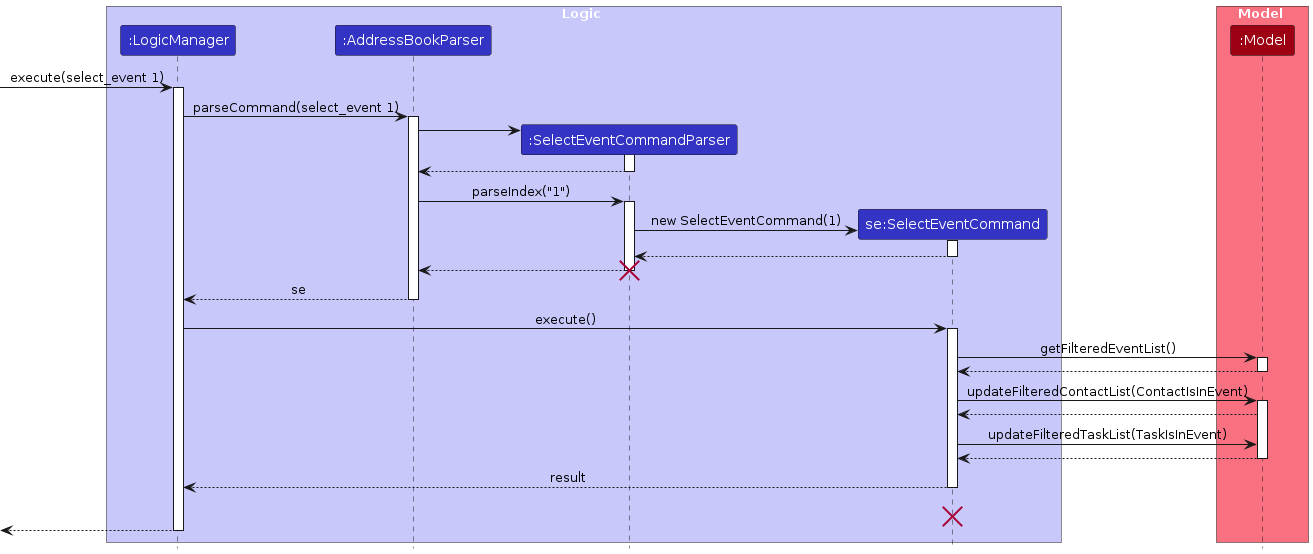
Above: diagrams/SelectEventSequenceDiagram.png in AY2324S1-CS2103T-T09-1/tp (PlantUML), before the change. Its source is kept beside it as diagrams/SelectEventSequenceDiagram.puml. Its diagram source:
```plantuml
@startuml
!include style.puml
skinparam ArrowFontStyle plain

box Logic LOGIC_COLOR_T1
participant ":LogicManager" as LogicManager LOGIC_COLOR
participant ":AddressBookParser" as AddressBookParser LOGIC_COLOR
participant ":SelectEventCommandParser" as SelectEventCommandParser LOGIC_COLOR
participant "se:SelectEventCommand" as SelectEventCommand LOGIC_COLOR
end box

box Model MODEL_COLOR_T1
participant ":Model" as Model MODEL_COLOR
end box
[-> LogicManager : execute(select_event 1)
activate LogicManager

LogicManager -> AddressBookParser : parseCommand(select_event 1)
activate AddressBookParser

create SelectEventCommandParser
AddressBookParser -> SelectEventCommandParser
activate SelectEventCommandParser

SelectEventCommandParser --> AddressBookParser
deactivate SelectEventCommandParser

AddressBookParser -> SelectEventCommandParser : parseIndex("1")
activate SelectEventCommandParser

create SelectEventCommand
SelectEventCommandParser -> SelectEventCommand : new SelectEventCommand(1)
activate SelectEventCommand

SelectEventCommand --> SelectEventCommandParser
deactivate SelectEventCommand

SelectEventCommandParser --> AddressBookParser
deactivate SelectEventCommandParser
destroy SelectEventCommandParser

AddressBookParser --> LogicManager : se
deactivate AddressBookParser

LogicManager -> SelectEventCommand : execute()
activate SelectEventCommand

SelectEventCommand -> Model : getFilteredEventList()
activate Model

Model --> SelectEventCommand
deactivate Model

SelectEventCommand -> Model : updateFilteredContactList(ContactIsInEvent)
activate Model

Model --> SelectEventCommand

SelectEventCommand -> Model: updateFilteredTaskList(TaskIsInEvent)


Model --> SelectEventCommand
deactivate Model

SelectEventCommand --> LogicManager : result
deactivate SelectEventCommand
SelectEventCommand -[hidden]-> LogicManager : result
destroy SelectEventCommand

[<--LogicManager
deactivate LogicManager
@enduml
```
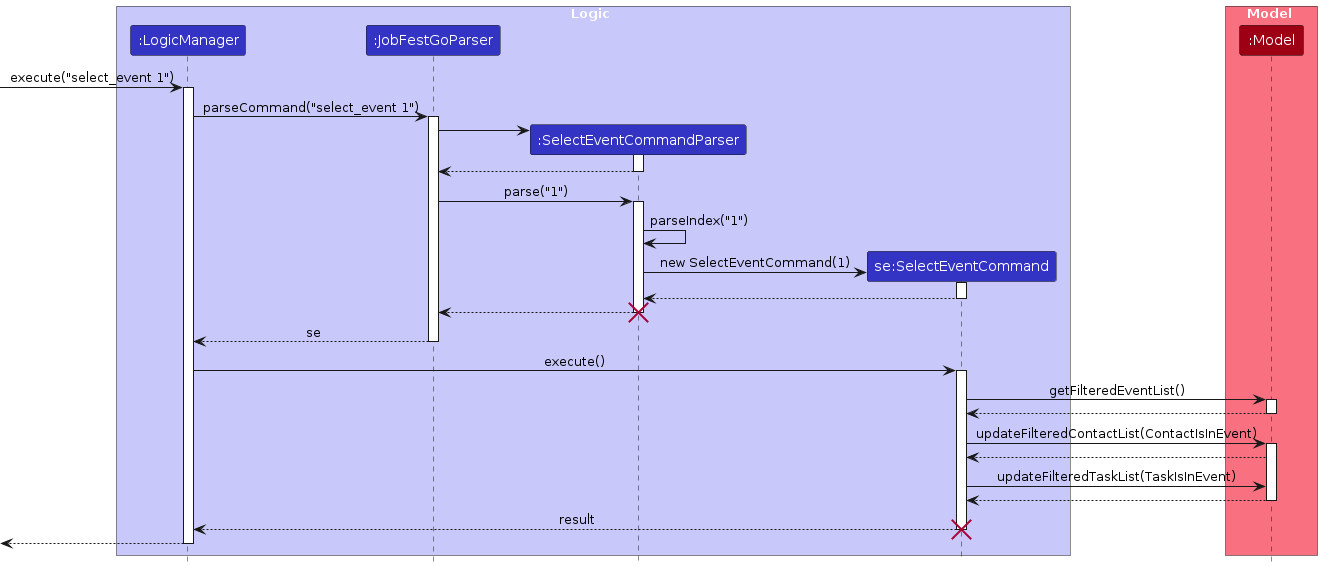
Later version of the same file.

Diff of the diagram source:
```diff
@@ -4,7 +4,7 @@
 
 box Logic LOGIC_COLOR_T1
 participant ":LogicManager" as LogicManager LOGIC_COLOR
-participant ":AddressBookParser" as AddressBookParser LOGIC_COLOR
+participant ":JobFestGoParser" as JobFestGoParser LOGIC_COLOR
 participant ":SelectEventCommandParser" as SelectEventCommandParser LOGIC_COLOR
 participant "se:SelectEventCommand" as SelectEventCommand LOGIC_COLOR
 end box
@@ -12,21 +12,23 @@
 box Model MODEL_COLOR_T1
 participant ":Model" as Model MODEL_COLOR
 end box
-[-> LogicManager : execute(select_event 1)
+[-> LogicManager : execute("select_event 1")
 activate LogicManager
 
-LogicManager -> AddressBookParser : parseCommand(select_event 1)
-activate AddressBookParser
+LogicManager -> JobFestGoParser : parseCommand("select_event 1")
+activate JobFestGoParser
 
 create SelectEventCommandParser
-AddressBookParser -> SelectEventCommandParser
+JobFestGoParser -> SelectEventCommandParser
 activate SelectEventCommandParser
 
-SelectEventCommandParser --> AddressBookParser
+SelectEventCommandParser --> JobFestGoParser
 deactivate SelectEventCommandParser
 
-AddressBookParser -> SelectEventCommandParser : parseIndex("1")
+JobFestGoParser -> SelectEventCommandParser : parse("1")
 activate SelectEventCommandParser
+
+SelectEventCommandParser -> SelectEventCommandParser : parseIndex("1")
 
 create SelectEventCommand
 SelectEventCommandParser -> SelectEventCommand : new SelectEventCommand(1)
@@ -35,12 +37,12 @@
 SelectEventCommand --> SelectEventCommandParser
 deactivate SelectEventCommand
 
-SelectEventCommandParser --> AddressBookParser
+SelectEventCommandParser --> JobFestGoParser
 deactivate SelectEventCommandParser
 destroy SelectEventCommandParser
 
-AddressBookParser --> LogicManager : se
-deactivate AddressBookParser
+JobFestGoParser --> LogicManager : se
+deactivate JobFestGoParser
 
 LogicManager -> SelectEventCommand : execute()
 activate SelectEventCommand
@@ -64,7 +66,6 @@
 
 SelectEventCommand --> LogicManager : result
 deactivate SelectEventCommand
-SelectEventCommand -[hidden]-> LogicManager : result
 destroy SelectEventCommand
 
 [<--LogicManager
```
